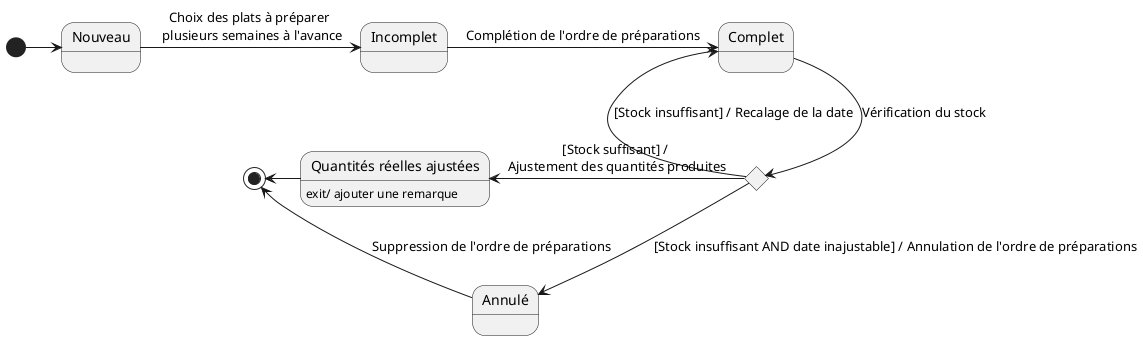
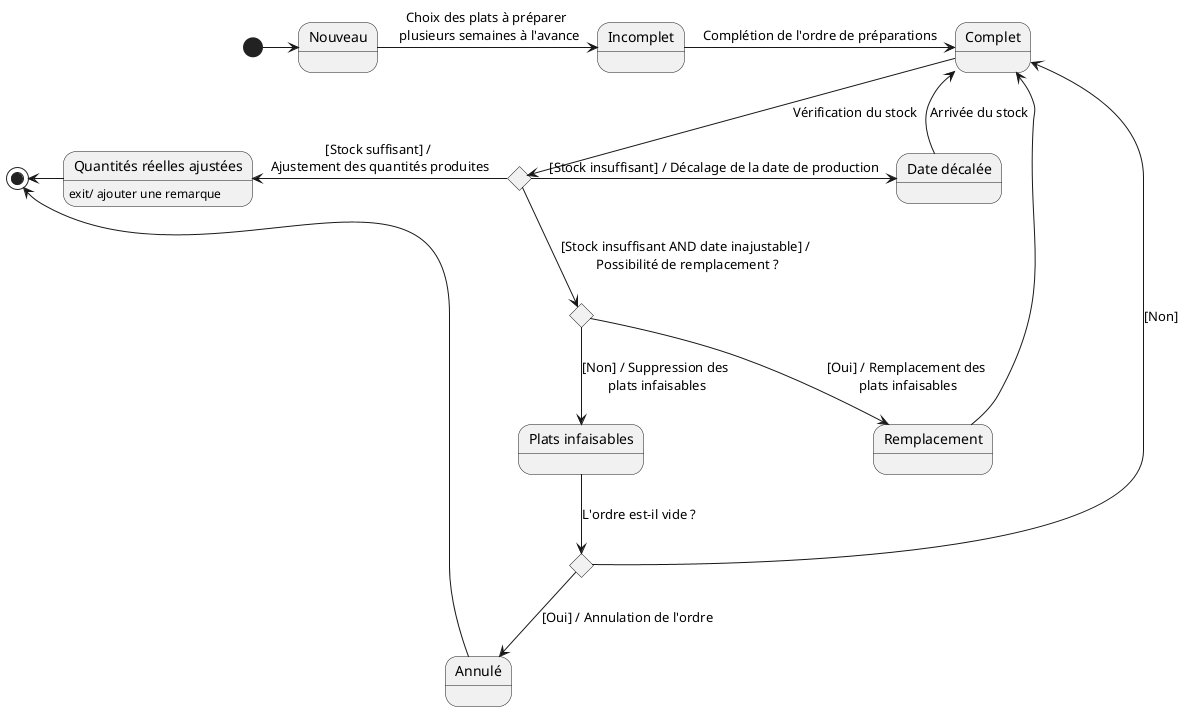
@startuml

    state "Nouveau" as carteNew
    state "Incomplet" as carteNotFull
    state "Complet" as carteFull
- '    state "Date recalée" as carteDates
+     state "Date décalée" as carteDates
    state "Annulé" as carteCancel
    state "Quantités réelles ajustées" as carteQuant : exit/ ajouter une remarque
+     state "Plats infaisables" as carteDel
+     state "Remplacement" as carteReplace

    state cAdaptation <<choice>>
+     state cCancel <<choice>>
+     state c3 <<choice>>

    [*] -> carteNew
    carteNew -> carteNotFull : Choix des plats à préparer \n plusieurs semaines à l'avance
    carteNotFull -> carteFull : Complétion de l'ordre de préparations

    carteFull --> cAdaptation : Vérification du stock
-     cAdaptation -left> carteFull : [Stock insuffisant] / Recalage de la date
+     cAdaptation -> carteDates : [Stock insuffisant] / Décalage de la date de production
+     carteDates -up> carteFull : Arrivée du stock

-     cAdaptation --> carteCancel : [Stock insuffisant AND date inajustable] / Annulation de l'ordre de préparations
-     carteCancel -> [*] : Suppression de l'ordre de préparations
+     cAdaptation --> c3 : [Stock insuffisant AND date inajustable] / \nPossibilité de remplacement ?
+     c3 --> carteDel : [Non] / Suppression des \nplats infaisables
+     c3 --> carteReplace : [Oui] / Remplacement des \nplats infaisables
+ 
+     carteDel --> cCancel : L'ordre est-il vide ?
+     carteReplace -up> carteFull
+ 
+     cCancel --> carteCancel : [Oui] / Annulation de l'ordre
+     cCancel -left> carteFull : [Non]
+ 
+     carteCancel -> [*]

    cAdaptation -left-> carteQuant : [Stock suffisant] / \nAjustement des quantités produites

    carteQuant -left-> [*]

@enduml